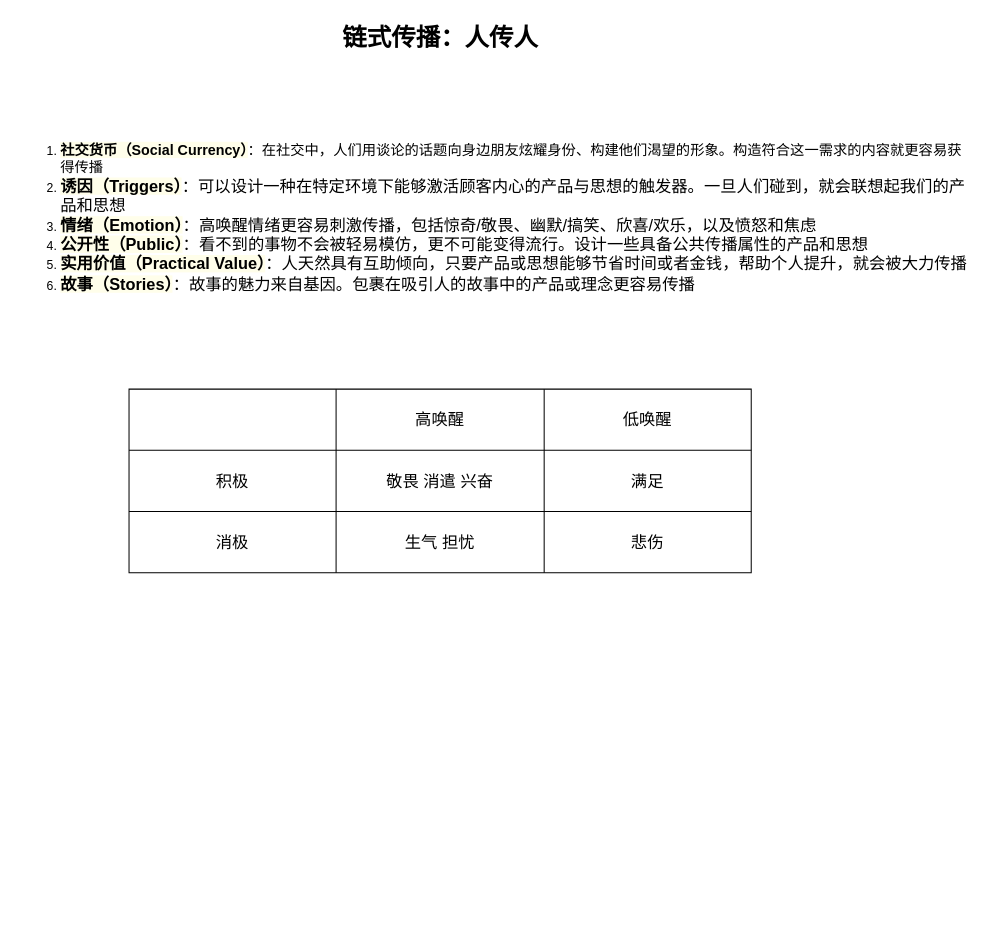
This is 未命名绘图.drawio from ywdlucking/uml, a draw.io file, before an edit. Source tidied: cells renumbered, new cells numbered last; positions are measured from the earlier drawing's top-left corner, leaving out a move shared by most shapes. Both pictures are drawn from the tidied source at 102%, with x=0, y=0 at pixel (17, 17).
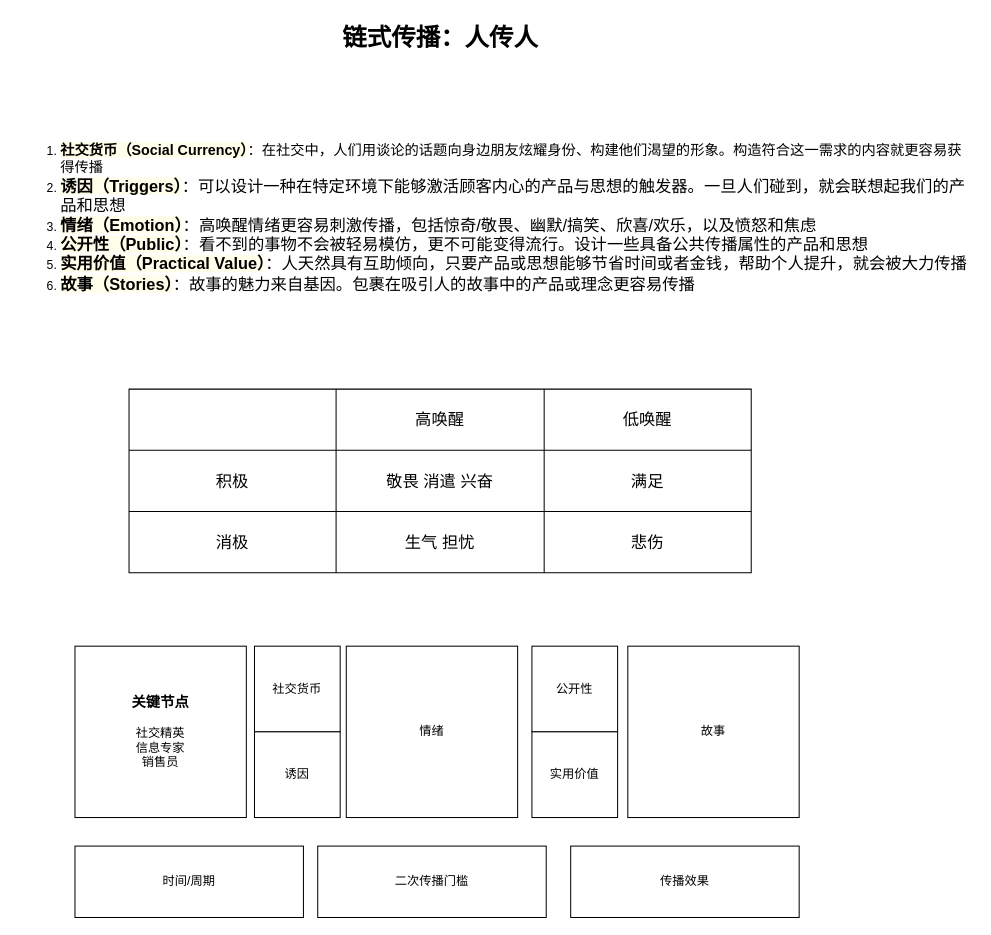
The same diagram, later.

Commit message:
更新未命名绘图.drawio

What changed in the source:
```diff
@@
+    <mxCell id="17" value="&lt;b&gt;&lt;font style=&quot;font-size: 14px;&quot;&gt;关键节点&lt;/font&gt;&lt;/b&gt;&lt;div&gt;&lt;br&gt;&lt;/div&gt;&lt;div&gt;社交精英&lt;/div&gt;&lt;div&gt;信息专家&lt;/div&gt;&lt;div&gt;销售员&lt;/div&gt;" style="whiteSpace=wrap;html=1;" parent="1" vertex="1">
+      <mxGeometry x="56" y="616" width="168" height="168" as="geometry" />
+    </mxCell>
+    <mxCell id="18" value="社交货币" style="whiteSpace=wrap;html=1;" parent="1" vertex="1">
+      <mxGeometry x="232" y="616" width="84" height="84" as="geometry" />
+    </mxCell>
+    <mxCell id="19" value="诱因" style="whiteSpace=wrap;html=1;" parent="1" vertex="1">
+      <mxGeometry x="232" y="700" width="84" height="84" as="geometry" />
+    </mxCell>
+    <mxCell id="20" value="情绪" style="whiteSpace=wrap;html=1;" parent="1" vertex="1">
+      <mxGeometry x="322" y="616" width="168" height="168" as="geometry" />
+    </mxCell>
+    <mxCell id="21" value="公开性" style="whiteSpace=wrap;html=1;" parent="1" vertex="1">
+      <mxGeometry x="504" y="616" width="84" height="84" as="geometry" />
+    </mxCell>
+    <mxCell id="22" value="实用价值" style="whiteSpace=wrap;html=1;" parent="1" vertex="1">
+      <mxGeometry x="504" y="700" width="84" height="84" as="geometry" />
+    </mxCell>
+    <mxCell id="23" value="故事" style="whiteSpace=wrap;html=1;" parent="1" vertex="1">
+      <mxGeometry x="598" y="616" width="168" height="168" as="geometry" />
+    </mxCell>
+    <mxCell id="24" value="时间/周期" style="rounded=0;whiteSpace=wrap;html=1;" parent="1" vertex="1">
+      <mxGeometry x="56" y="812" width="224" height="70" as="geometry" />
+    </mxCell>
+    <mxCell id="25" value="二次传播门槛" style="rounded=0;whiteSpace=wrap;html=1;" parent="1" vertex="1">
+      <mxGeometry x="294" y="812" width="224" height="70" as="geometry" />
+    </mxCell>
+    <mxCell id="26" value="传播效果" style="rounded=0;whiteSpace=wrap;html=1;" parent="1" vertex="1">
+      <mxGeometry x="542" y="812" width="224" height="70" as="geometry" />
+    </mxCell>
```
